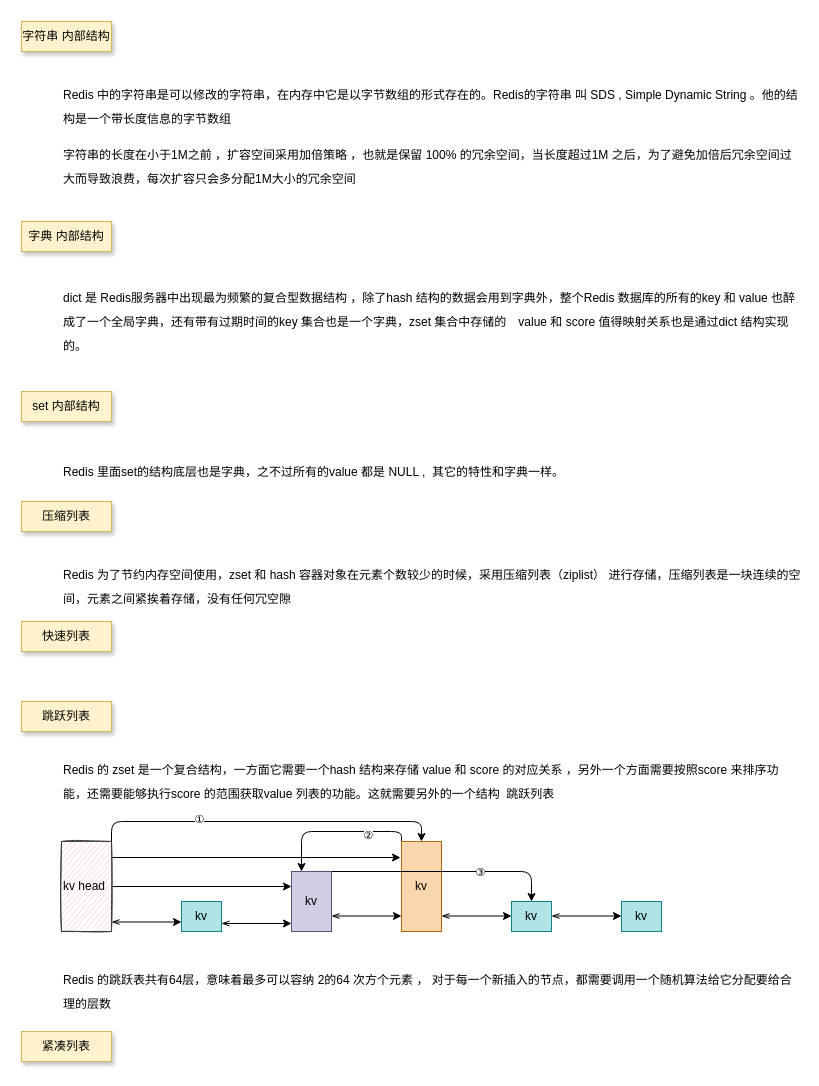
topyuluo/photo-project keeps this draw.io diagram as page "深度极寒" (5 of 5) of redis.drawio. Above is the earlier version. Source tidied: cells renumbered, new cells numbered last; positions are measured from the earlier drawing's top-left corner, leaving out a move shared by most shapes. Both pictures are drawn from the tidied source at 100%, with x=0, y=0 at pixel (21, 21).
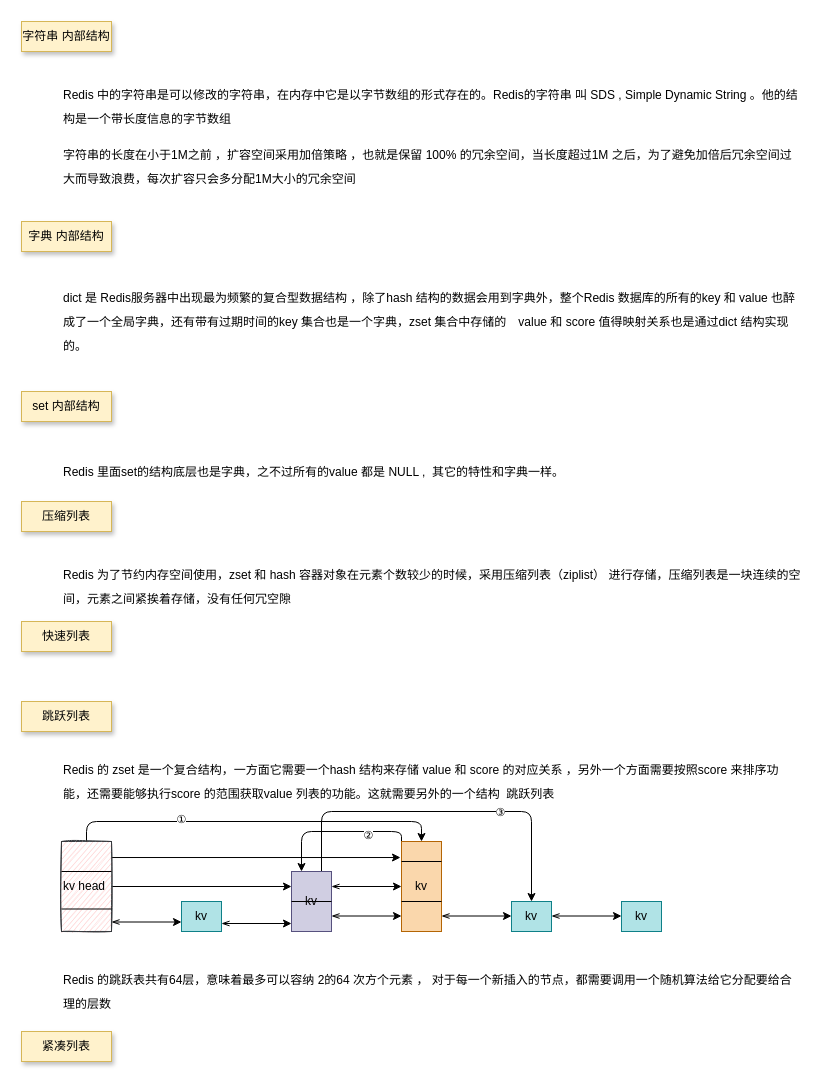
The same page after the edit.

Unchanged cells that the change refers to:
```xml
<mxCell id="18" value="kv head" style="rounded=0;whiteSpace=wrap;html=1;labelBackgroundColor=none;align=left;fillColor=#ffcccc;strokeColor=#36393d;sketch=1;" parent="1" vertex="1">
  <mxGeometry x="40" y="820" width="50" height="90" as="geometry" />
</mxCell>
<mxCell id="22" value="kv" style="rounded=0;whiteSpace=wrap;html=1;labelBackgroundColor=none;align=center;fillColor=#fad7ac;strokeColor=#b46504;" parent="1" vertex="1">
  <mxGeometry x="380" y="820" width="40" height="90" as="geometry" />
</mxCell>
<mxCell id="25" value="kv" style="rounded=0;whiteSpace=wrap;html=1;labelBackgroundColor=none;align=center;fillColor=#d0cee2;strokeColor=#56517e;" parent="1" vertex="1">
  <mxGeometry x="270" y="850" width="40" height="60" as="geometry" />
</mxCell>
<mxCell id="26" value="kv" style="rounded=0;whiteSpace=wrap;html=1;labelBackgroundColor=none;align=center;fillColor=#b0e3e6;strokeColor=#0e8088;" parent="1" vertex="1">
  <mxGeometry x="490" y="880" width="40" height="30" as="geometry" />
</mxCell>
```

Change to the diagram source:
```diff
@@
-    <mxCell id="16" style="edgeStyle=orthogonalEdgeStyle;rounded=1;jettySize=auto;html=1;exitX=1;exitY=0;exitDx=0;exitDy=0;entryX=0.5;entryY=0;entryDx=0;entryDy=0;startArrow=none;startFill=0;" parent="1" edge="1" source="18" target="22">
+    <mxCell id="16" style="edgeStyle=orthogonalEdgeStyle;rounded=1;jettySize=auto;html=1;exitX=0.5;exitY=0;exitDx=0;exitDy=0;entryX=0.5;entryY=0;entryDx=0;entryDy=0;startArrow=none;startFill=0;" parent="1" edge="1" source="18" target="22">
       <mxGeometry relative="1" as="geometry" />
     </mxCell>
@@
     <mxCell id="23" style="edgeStyle=orthogonalEdgeStyle;rounded=1;jettySize=auto;html=1;exitX=0.75;exitY=0;exitDx=0;exitDy=0;entryX=0.5;entryY=0;entryDx=0;entryDy=0;startArrow=none;startFill=0;" parent="1" edge="1" source="25" target="26">
       <mxGeometry relative="1" as="geometry">
         <Array as="points">
-          <mxPoint x="510" y="850" />
+          <mxPoint x="300" y="790" />
+          <mxPoint x="510" y="790" />
         </Array>
       </mxGeometry>
     </mxCell>
@@
+    <mxCell id="34" style="edgeStyle=orthogonalEdgeStyle;rounded=1;jettySize=auto;html=1;exitX=1;exitY=0.25;exitDx=0;exitDy=0;entryX=0;entryY=0.5;entryDx=0;entryDy=0;startArrow=openThin;startFill=0;" parent="1" edge="1" source="25" target="22">
+      <mxGeometry relative="1" as="geometry" />
+    </mxCell>
@@
+    <mxCell id="35" style="endArrow=none;html=1;exitX=0;exitY=0.75;exitDx=0;exitDy=0;entryX=1;entryY=0.75;entryDx=0;entryDy=0;" parent="1" edge="1" source="18" target="18">
+      <mxGeometry relative="1" as="geometry" />
+    </mxCell>
+    <mxCell id="36" style="endArrow=none;html=1;exitX=0;exitY=0.75;exitDx=0;exitDy=0;entryX=1;entryY=0.75;entryDx=0;entryDy=0;" parent="1" edge="1">
+      <mxGeometry relative="1" as="geometry">
+        <mxPoint x="40" y="850" as="sourcePoint" />
+        <mxPoint x="90" y="850" as="targetPoint" />
+      </mxGeometry>
+    </mxCell>
+    <mxCell id="37" style="endArrow=none;html=1;" parent="1" edge="1">
+      <mxGeometry relative="1" as="geometry">
+        <mxPoint x="270" y="880" as="sourcePoint" />
+        <mxPoint x="310" y="880" as="targetPoint" />
+      </mxGeometry>
+    </mxCell>
+    <mxCell id="38" style="endArrow=none;html=1;" parent="1" edge="1">
+      <mxGeometry relative="1" as="geometry">
+        <mxPoint x="380" y="880" as="sourcePoint" />
+        <mxPoint x="420" y="880" as="targetPoint" />
+      </mxGeometry>
+    </mxCell>
+    <mxCell id="39" style="endArrow=none;html=1;" parent="1" edge="1">
+      <mxGeometry relative="1" as="geometry">
+        <mxPoint x="380" y="840" as="sourcePoint" />
+        <mxPoint x="420" y="840" as="targetPoint" />
+      </mxGeometry>
+    </mxCell>
```
